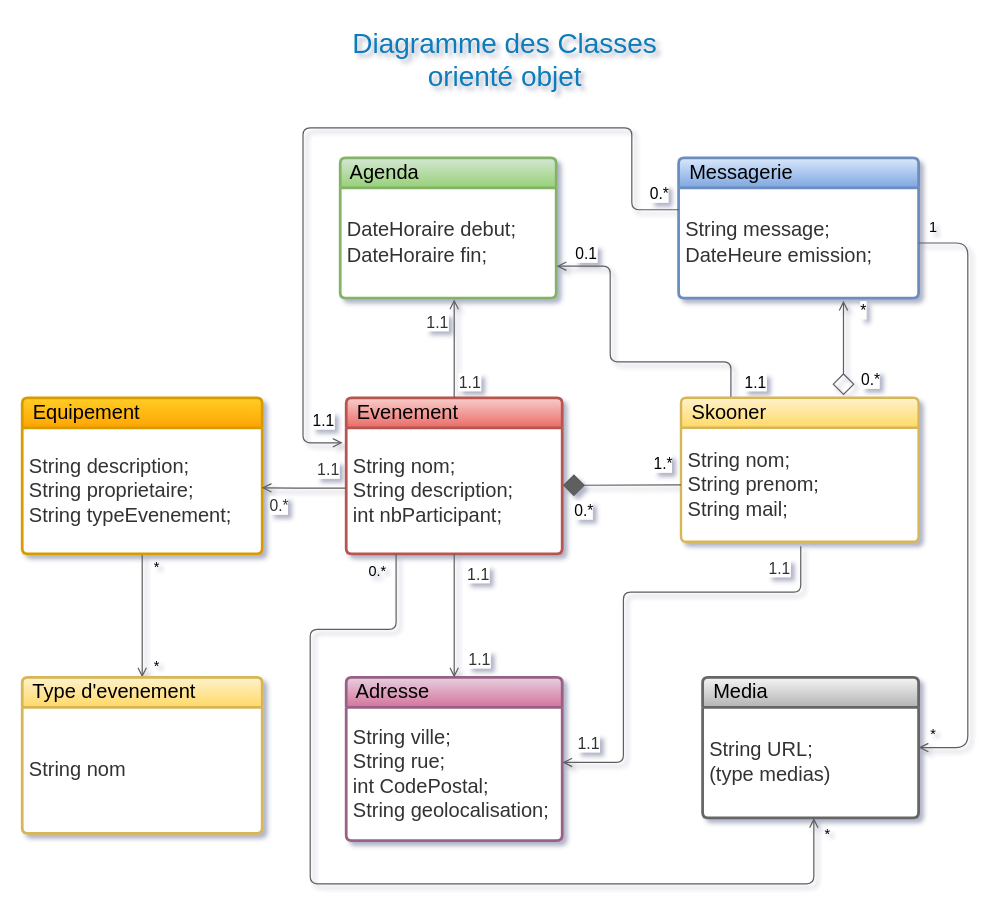
Before: Diag Class/Diagramme3_des_Class_Skoon.drawio in CreaXpolis/Skoon, a draw.io diagram. Source tidied: cells renumbered, new cells numbered last; positions are measured from the earlier drawing's top-left corner, leaving out a move shared by most shapes. Both pictures are drawn from the tidied source at 120%, with x=0, y=0 at pixel (22, 22).
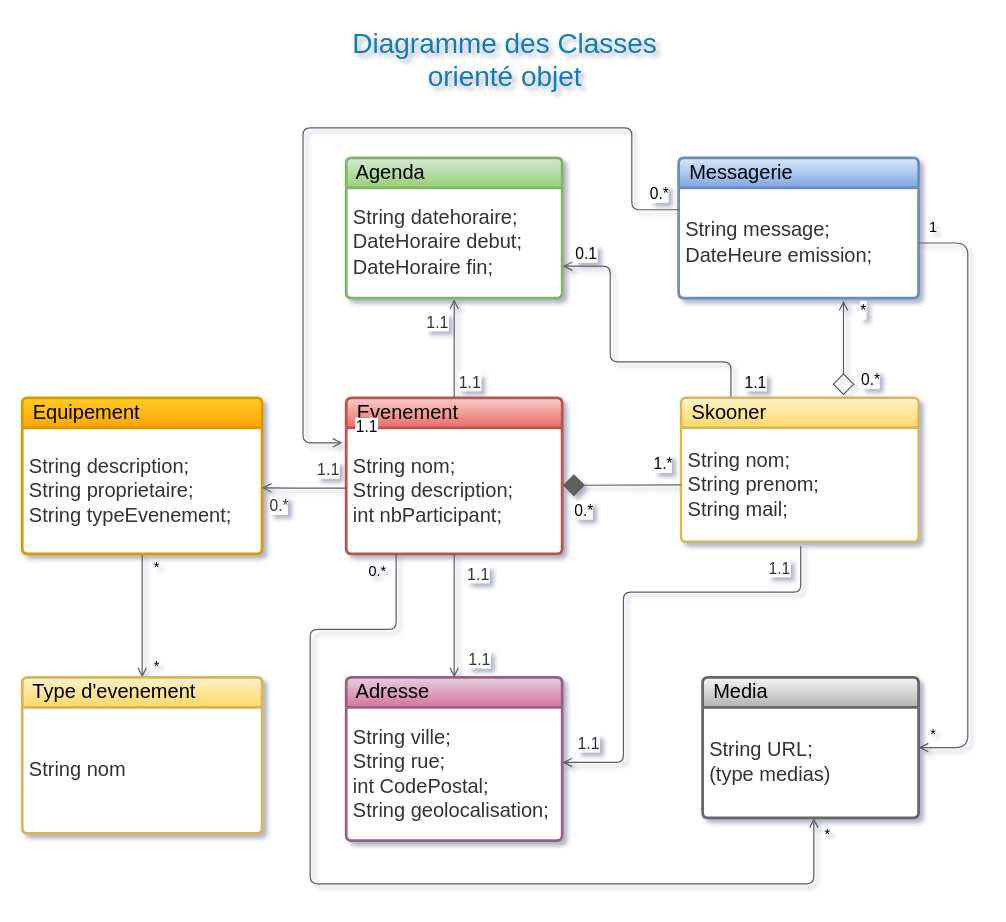
The same page after the edit.

The change refers to these unchanged cells:
```xml
<mxCell id="4" value="&amp;nbsp; Equipement" style="html=1;overflow=block;blockSpacing=1;whiteSpace=wrap;swimlane;horizontal=1;fontStyle=0;swimlaneFillColor=#ffffff;startSize=25;whiteSpace=wrap;fontSize=16.7;whiteSpace=wrap;align=left;spacing=0;strokeColor=#d79b00;strokeOpacity=100;absoluteArcSize=1;arcSize=9;strokeWidth=2.3;rounded=1;gradientColor=#ffa500;fillColor=#ffcd28;" parent="1" vertex="1">
  <mxGeometry y="313" width="200" height="130" as="geometry" />
</mxCell>
<mxCell id="6" value="&amp;nbsp; Evenement" style="html=1;overflow=block;blockSpacing=1;whiteSpace=wrap;swimlane;horizontal=1;fontStyle=0;swimlaneFillColor=#ffffff;startSize=25;whiteSpace=wrap;fontSize=16.7;whiteSpace=wrap;align=left;spacing=0;strokeColor=#b85450;strokeOpacity=100;absoluteArcSize=1;arcSize=9;strokeWidth=2.3;rounded=1;gradientColor=#ea6b66;fillColor=#f8cecc;" parent="1" vertex="1">
  <mxGeometry x="270" y="313" width="180" height="130" as="geometry" />
</mxCell>
<mxCell id="15" style="html=1;jettySize=18;whiteSpace=wrap;fontSize=13;strokeColor=#5E5E5E;strokeWidth=1;arcSize=12;edgeStyle=orthogonalEdgeStyle;startArrow=none;endArrow=open;entryX=-0.017;entryY=0.119;entryDx=0;entryDy=0;entryPerimeter=0;exitX=0.002;exitY=0.199;exitDx=0;exitDy=0;exitPerimeter=0;" parent="1" edge="1" source="9" target="7">
  <mxGeometry relative="1" as="geometry">
    <Array as="points">
      <mxPoint x="508" y="156" />
      <mxPoint x="508" y="88" />
      <mxPoint x="234" y="88" />
      <mxPoint x="234" y="351" />
    </Array>
  </mxGeometry>
</mxCell>
<mxCell id="41" value="&amp;nbsp; Type d'evenement" style="html=1;overflow=block;blockSpacing=1;whiteSpace=wrap;swimlane;horizontal=1;fontStyle=0;swimlaneFillColor=#ffffff;startSize=25;whiteSpace=wrap;fontSize=16.7;whiteSpace=wrap;align=left;spacing=0;strokeOpacity=100;absoluteArcSize=1;arcSize=9;strokeWidth=2.3;rounded=1;gradientColor=#ffd966;fillColor=#fff2cc;strokeColor=#d6b656;" parent="1" vertex="1">
  <mxGeometry y="546" width="200" height="130" as="geometry" />
</mxCell>
```

What changed in the source:
```diff
@@
-    <mxCell id="3" style="edgeStyle=orthogonalEdgeStyle;rounded=0;jettySize=auto;html=1;entryX=0.5;entryY=0;entryDx=0;entryDy=0;endArrow=open;endFill=0;strokeColor=#5E5E5E;" parent="1" edge="1" source="4" target="41">
+    <mxCell id="3" style="edgeStyle=orthogonalEdgeStyle;rounded=0;jettySize=auto;html=1;entryX=0.5;entryY=0;entryDx=0;entryDy=0;strokeColor=#5E5E5E;endArrow=open;endFill=0;" parent="1" edge="1" source="4" target="41">
       <mxGeometry relative="1" as="geometry" />
     </mxCell>
@@
     <mxCell id="17" value="1.1" style="text;html=1;labelBackgroundColor=#ffffff;align=center;verticalAlign=middle;fontSize=13;rounded=1;" parent="15" vertex="1">
       <mxGeometry x="1" relative="1" as="geometry">
-        <mxPoint x="-15.8" y="-18.5" as="offset" />
+        <mxPoint x="19.5" y="-13.7" as="offset" />
       </mxGeometry>
     </mxCell>
@@
     <mxCell id="28" value="&amp;nbsp; Agenda" style="html=1;overflow=block;blockSpacing=1;whiteSpace=wrap;swimlane;horizontal=1;fontStyle=0;swimlaneFillColor=#ffffff;startSize=25;whiteSpace=wrap;fontSize=16.7;whiteSpace=wrap;align=left;spacing=0;strokeColor=#82b366;strokeOpacity=100;absoluteArcSize=1;arcSize=9;strokeWidth=2.3;rounded=1;gradientColor=#97d077;fillColor=#d5e8d4;" parent="1" vertex="1">
-      <mxGeometry x="265" y="113" width="180" height="117" as="geometry" />
+      <mxGeometry x="270" y="113" width="180" height="117" as="geometry" />
     </mxCell>
-    <mxCell id="29" value="DateHoraire debut;&lt;br&gt;DateHoraire fin;" style="html=1;whiteSpace=wrap;strokeColor=none;fillColor=none;align=left;verticalAlign=middle;spacingLeft=4;spacingRight=4;overflow=hidden;points=[[0,0.5],[1,0.5]];portConstraint=eastwest;swimlaneFillColor=#ffffff;strokeOpacity=100;fontSize=16.7;fontColor=#333333;rounded=1;" parent="28" vertex="1">
+    <mxCell id="29" value="String datehoraire;&lt;br&gt;DateHoraire debut;&lt;br&gt;DateHoraire fin;" style="html=1;whiteSpace=wrap;strokeColor=none;fillColor=none;align=left;verticalAlign=middle;spacingLeft=4;spacingRight=4;overflow=hidden;points=[[0,0.5],[1,0.5]];portConstraint=eastwest;swimlaneFillColor=#ffffff;strokeOpacity=100;fontSize=16.7;fontColor=#333333;rounded=1;" parent="28" vertex="1">
       <mxGeometry y="25" width="180" height="92" as="geometry" />
     </mxCell>
-    <mxCell id="30" style="html=1;jettySize=18;whiteSpace=wrap;fontSize=13;strokeColor=#5E5E5E;strokeWidth=1;arcSize=12;edgeStyle=orthogonalEdgeStyle;startArrow=open;endArrow=none;endFill=0;startFill=0;" parent="1" edge="1" target="6">
-      <mxGeometry relative="1" as="geometry">
-        <mxPoint x="360" y="231" as="sourcePoint" />
-        <Array as="points">
-          <mxPoint x="360" y="231" />
-        </Array>
-      </mxGeometry>
+    <mxCell id="30" style="html=1;jettySize=18;whiteSpace=wrap;fontSize=13;strokeColor=#5E5E5E;strokeWidth=1;arcSize=12;edgeStyle=orthogonalEdgeStyle;startArrow=open;endArrow=none;exitX=0.5;exitY=1.009;exitDx=0;exitDy=0;exitPerimeter=0;endFill=0;startFill=0;" parent="1" edge="1" source="29" target="6">
+      <mxGeometry relative="1" as="geometry" />
     </mxCell>
```
